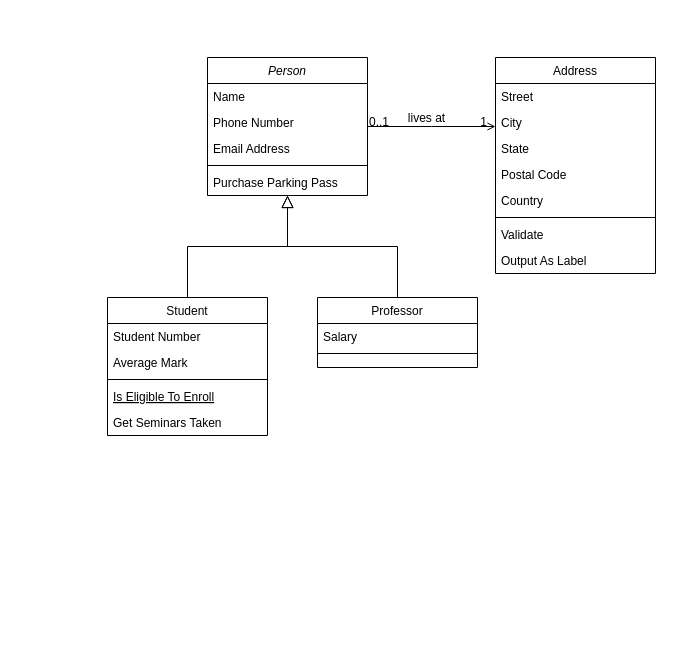
The draw.io diagram Untitled Diagram.drawio in juliopacheco12/PRG22107, before the edit. Source tidied: cells renumbered, new cells numbered last; positions are measured from the earlier drawing's top-left corner, leaving out a move shared by most shapes. Both pictures are drawn from the tidied source at 100%, with x=0, y=0 at pixel (107, 57).
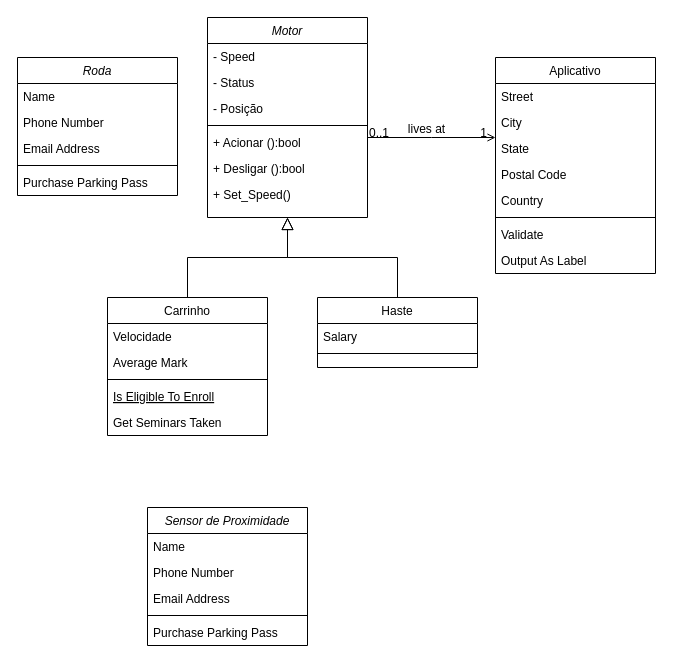
Above is the later version.

Diff of the diagram source:
```diff
@@
-    <mxCell id="2" value="Person" style="swimlane;fontStyle=2;align=center;verticalAlign=top;horizontal=1;startSize=26;rounded=0;shadow=0;strokeWidth=1;" parent="1" vertex="1">
-      <mxGeometry x="100" width="160" height="138" as="geometry" />
+    <mxCell id="2" value="Motor" style="swimlane;fontStyle=2;align=center;verticalAlign=top;horizontal=1;startSize=26;rounded=0;shadow=0;strokeWidth=1;" parent="1" vertex="1">
+      <mxGeometry x="100" y="-40" width="160" height="200" as="geometry" />
     </mxCell>
-    <mxCell id="3" value="Name" style="text;align=left;verticalAlign=top;spacingLeft=4;spacingRight=4;overflow=hidden;" parent="2" vertex="1">
+    <mxCell id="3" value="- Speed" style="text;align=left;verticalAlign=top;spacingLeft=4;spacingRight=4;overflow=hidden;" parent="2" vertex="1">
       <mxGeometry y="26" width="160" height="26" as="geometry" />
     </mxCell>
-    <mxCell id="4" value="Phone Number" style="text;align=left;verticalAlign=top;spacingLeft=4;spacingRight=4;overflow=hidden;rounded=0;shadow=0;html=0;" parent="2" vertex="1">
+    <mxCell id="4" value="- Status" style="text;align=left;verticalAlign=top;spacingLeft=4;spacingRight=4;overflow=hidden;rounded=0;shadow=0;html=0;" parent="2" vertex="1">
       <mxGeometry y="52" width="160" height="26" as="geometry" />
     </mxCell>
-    <mxCell id="5" value="Email Address" style="text;align=left;verticalAlign=top;spacingLeft=4;spacingRight=4;overflow=hidden;rounded=0;shadow=0;html=0;" parent="2" vertex="1">
+    <mxCell id="5" value="- Posição" style="text;align=left;verticalAlign=top;spacingLeft=4;spacingRight=4;overflow=hidden;rounded=0;shadow=0;html=0;" parent="2" vertex="1">
       <mxGeometry y="78" width="160" height="26" as="geometry" />
     </mxCell>
@@
-    <mxCell id="7" value="Purchase Parking Pass" style="text;align=left;verticalAlign=top;spacingLeft=4;spacingRight=4;overflow=hidden;" parent="2" vertex="1">
+    <mxCell id="7" value="+ Acionar ():bool" style="text;align=left;verticalAlign=top;spacingLeft=4;spacingRight=4;overflow=hidden;" parent="2" vertex="1">
       <mxGeometry y="112" width="160" height="26" as="geometry" />
     </mxCell>
+    <mxCell id="32" value="+ Desligar ():bool" style="text;align=left;verticalAlign=top;spacingLeft=4;spacingRight=4;overflow=hidden;" parent="2" vertex="1">
+      <mxGeometry y="138" width="160" height="26" as="geometry" />
+    </mxCell>
+    <mxCell id="33" value="+ Set_Speed()" style="text;align=left;verticalAlign=top;spacingLeft=4;spacingRight=4;overflow=hidden;" parent="2" vertex="1">
+      <mxGeometry y="164" width="160" height="26" as="geometry" />
+    </mxCell>
-    <mxCell id="8" value="Student" style="swimlane;fontStyle=0;align=center;verticalAlign=top;horizontal=1;startSize=26;rounded=0;shadow=0;strokeWidth=1;" parent="1" vertex="1">
+    <mxCell id="8" value="Carrinho" style="swimlane;fontStyle=0;align=center;verticalAlign=top;horizontal=1;startSize=26;rounded=0;shadow=0;strokeWidth=1;" parent="1" vertex="1">
       <mxGeometry y="240" width="160" height="138" as="geometry" />
     </mxCell>
-    <mxCell id="9" value="Student Number" style="text;align=left;verticalAlign=top;spacingLeft=4;spacingRight=4;overflow=hidden;" parent="8" vertex="1">
+    <mxCell id="9" value="Velocidade" style="text;align=left;verticalAlign=top;spacingLeft=4;spacingRight=4;overflow=hidden;" parent="8" vertex="1">
       <mxGeometry y="26" width="160" height="26" as="geometry" />
     </mxCell>
@@
-    <mxCell id="15" value="Professor" style="swimlane;fontStyle=0;align=center;verticalAlign=top;horizontal=1;startSize=26;rounded=0;shadow=0;strokeWidth=1;" parent="1" vertex="1">
+    <mxCell id="15" value="Haste" style="swimlane;fontStyle=0;align=center;verticalAlign=top;horizontal=1;startSize=26;rounded=0;shadow=0;strokeWidth=1;" parent="1" vertex="1">
       <mxGeometry x="210" y="240" width="160" height="70" as="geometry" />
     </mxCell>
@@
-    <mxCell id="19" value="Address" style="swimlane;fontStyle=0;align=center;verticalAlign=top;horizontal=1;startSize=26;rounded=0;shadow=0;strokeWidth=1;" parent="1" vertex="1">
+    <mxCell id="19" value="Aplicativo" style="swimlane;fontStyle=0;align=center;verticalAlign=top;horizontal=1;startSize=26;rounded=0;shadow=0;strokeWidth=1;" parent="1" vertex="1">
       <mxGeometry x="388" width="160" height="216" as="geometry" />
     </mxCell>
@@
+    <mxCell id="34" value="Roda" style="swimlane;fontStyle=2;align=center;verticalAlign=top;horizontal=1;startSize=26;rounded=0;shadow=0;strokeWidth=1;" parent="1" vertex="1">
+      <mxGeometry x="-90" width="160" height="138" as="geometry" />
+    </mxCell>
+    <mxCell id="35" value="Name" style="text;align=left;verticalAlign=top;spacingLeft=4;spacingRight=4;overflow=hidden;" parent="34" vertex="1">
+      <mxGeometry y="26" width="160" height="26" as="geometry" />
+    </mxCell>
+    <mxCell id="36" value="Phone Number" style="text;align=left;verticalAlign=top;spacingLeft=4;spacingRight=4;overflow=hidden;rounded=0;shadow=0;html=0;" parent="34" vertex="1">
+      <mxGeometry y="52" width="160" height="26" as="geometry" />
+    </mxCell>
+    <mxCell id="37" value="Email Address" style="text;align=left;verticalAlign=top;spacingLeft=4;spacingRight=4;overflow=hidden;rounded=0;shadow=0;html=0;" parent="34" vertex="1">
+      <mxGeometry y="78" width="160" height="26" as="geometry" />
+    </mxCell>
+    <mxCell id="38" style="line;html=1;strokeWidth=1;align=left;verticalAlign=middle;spacingTop=-1;spacingLeft=3;spacingRight=3;labelPosition=right;" parent="34" vertex="1">
+      <mxGeometry y="104" width="160" height="8" as="geometry" />
+    </mxCell>
+    <mxCell id="39" value="Purchase Parking Pass" style="text;align=left;verticalAlign=top;spacingLeft=4;spacingRight=4;overflow=hidden;" parent="34" vertex="1">
+      <mxGeometry y="112" width="160" height="26" as="geometry" />
+    </mxCell>
+    <mxCell id="40" value="Sensor de Proximidade" style="swimlane;fontStyle=2;align=center;verticalAlign=top;horizontal=1;startSize=26;rounded=0;shadow=0;strokeWidth=1;" parent="1" vertex="1">
+      <mxGeometry x="40" y="450" width="160" height="138" as="geometry" />
+    </mxCell>
+    <mxCell id="41" value="Name" style="text;align=left;verticalAlign=top;spacingLeft=4;spacingRight=4;overflow=hidden;" parent="40" vertex="1">
+      <mxGeometry y="26" width="160" height="26" as="geometry" />
+    </mxCell>
+    <mxCell id="42" value="Phone Number" style="text;align=left;verticalAlign=top;spacingLeft=4;spacingRight=4;overflow=hidden;rounded=0;shadow=0;html=0;" parent="40" vertex="1">
+      <mxGeometry y="52" width="160" height="26" as="geometry" />
+    </mxCell>
+    <mxCell id="43" value="Email Address" style="text;align=left;verticalAlign=top;spacingLeft=4;spacingRight=4;overflow=hidden;rounded=0;shadow=0;html=0;" parent="40" vertex="1">
+      <mxGeometry y="78" width="160" height="26" as="geometry" />
+    </mxCell>
+    <mxCell id="44" style="line;html=1;strokeWidth=1;align=left;verticalAlign=middle;spacingTop=-1;spacingLeft=3;spacingRight=3;labelPosition=right;" parent="40" vertex="1">
+      <mxGeometry y="104" width="160" height="8" as="geometry" />
+    </mxCell>
+    <mxCell id="45" value="Purchase Parking Pass" style="text;align=left;verticalAlign=top;spacingLeft=4;spacingRight=4;overflow=hidden;" parent="40" vertex="1">
+      <mxGeometry y="112" width="160" height="26" as="geometry" />
+    </mxCell>
```
